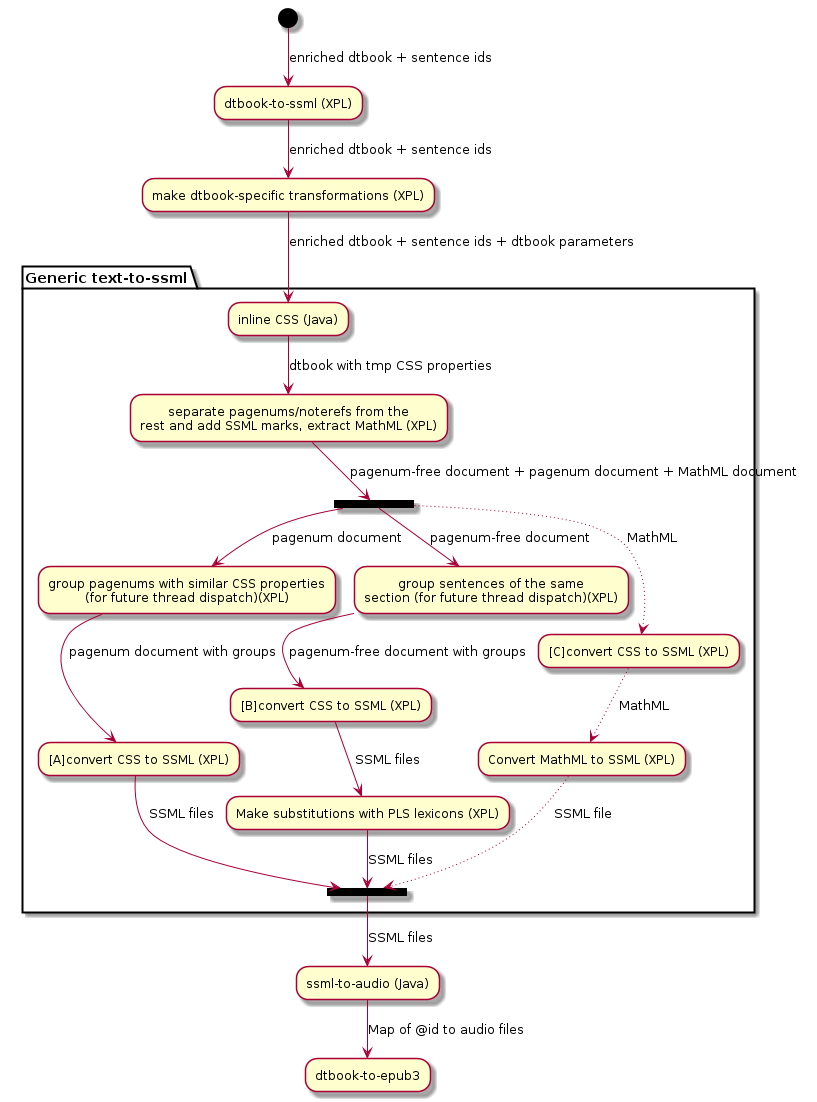
daisy/pipeline-modules keeps this PlantUML diagram as tts.png. Above is the earlier version.
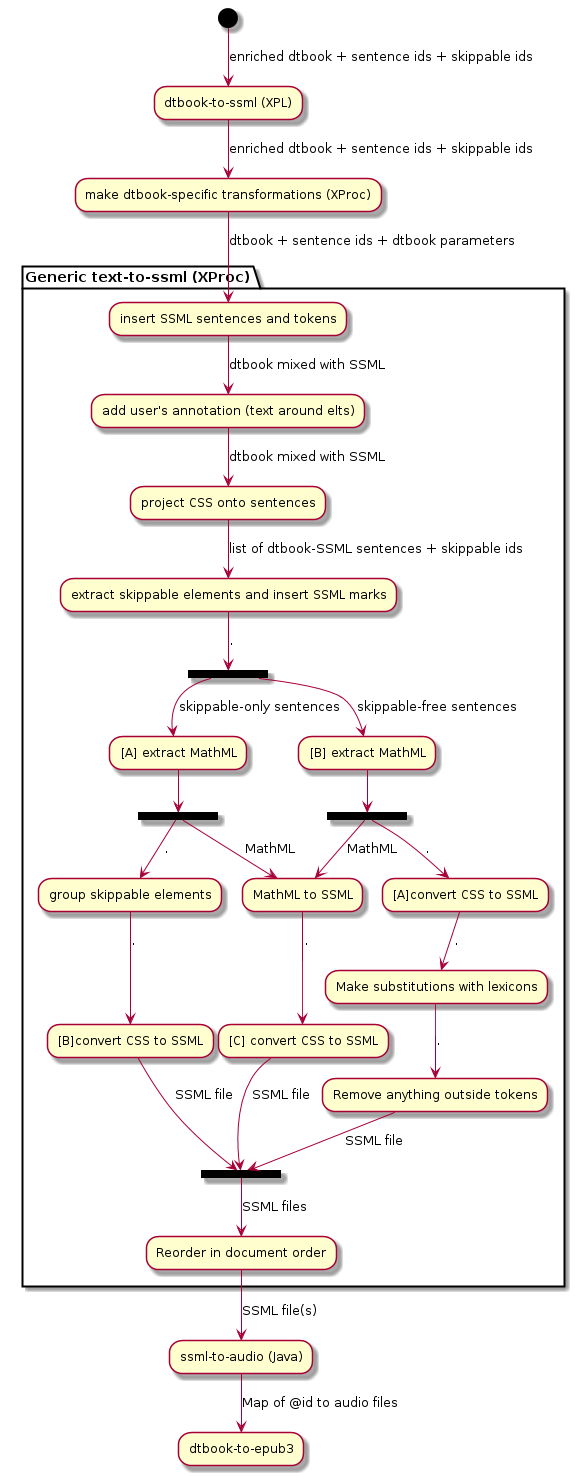
Later version of the same file.

Change to the diagram source:
```diff
@@ -1,30 +1,41 @@
 @startuml
 
-(*) -->[enriched dtbook + sentence ids] "dtbook-to-ssml (XPL)"
--->[enriched dtbook + sentence ids] "make dtbook-specific transformations (XPL)"
+(*) -->[enriched dtbook + sentence ids + skippable ids] "dtbook-to-ssml (XPL)"
+-->[enriched dtbook + sentence ids + skippable ids] "make dtbook-specific transformations (XProc)"
 
-partition "Generic text-to-ssml" {
+partition "Generic text-to-ssml (XProc)" {
 
--->[enriched dtbook + sentence ids + dtbook parameters] "inline CSS (Java)"
--->[dtbook with tmp CSS properties] "separate pagenums/noterefs from the\nrest and add SSML marks, extract MathML (XPL)"
--->[pagenum-free document + pagenum document + MathML document] ===B1===
+-->[dtbook + sentence ids + dtbook parameters] "insert SSML sentences and tokens"
+-->[dtbook mixed with SSML] "add user's annotation (text around elts)"
+-->[dtbook mixed with SSML] "project CSS onto sentences"
+-->[list of dtbook-SSML sentences + skippable ids] "extract skippable elements and insert SSML marks"
+-->[.] ===B1===
 
-===B1=== -->[pagenum document] "group pagenums with similar CSS properties\n(for future thread dispatch)(XPL)"
--->[pagenum document with groups] "[A]convert CSS to SSML (XPL)"
--->[SSML files] ==B2==
+===B1=== -->[skippable-only sentences] "[A] extract MathML"
+--> ===B3===
 
-===B1=== -->[pagenum-free document] "group sentences of the same\nsection (for future thread dispatch)(XPL)"
--->[pagenum-free document with groups] "[B]convert CSS to SSML (XPL)"
--->[SSML files] "Make substitutions with PLS lexicons (XPL)"
--->[SSML files] ===B2===
+===B3=== -->[.] "group skippable elements"
+-->[.] "[B]convert CSS to SSML"
+-->[SSML file] ==B2==
 
-===B1=== ..>[MathML] "[C]convert CSS to SSML (XPL)"
-..>[MathML] "Convert MathML to SSML (XPL)"
-..>[SSML file] ===B2===
+===B1=== -->[skippable-free sentences] "[B] extract MathML"
+--> ===B4===
+
+===B4=== -->[.] "[A]convert CSS to SSML"
+-->[.] "Make substitutions with lexicons"
+-->[.] "Remove anything outside tokens"
+-->[SSML file] ===B2===
+
+===B4=== -->[MathML] "MathML to SSML"
+===B3=== -->[MathML] "MathML to SSML"
+-->[.] "[C] convert CSS to SSML"
+-->[SSML file] ===B2===
+
+===B2=== -->[SSML files] "Reorder in document order"
+
 }
 
-==B2==-->[SSML files] "ssml-to-audio (Java)"
-
+-->[SSML file(s)] "ssml-to-audio (Java)"
 -->[Map of @id to audio files] "dtbook-to-epub3"
 
 @enduml
```
